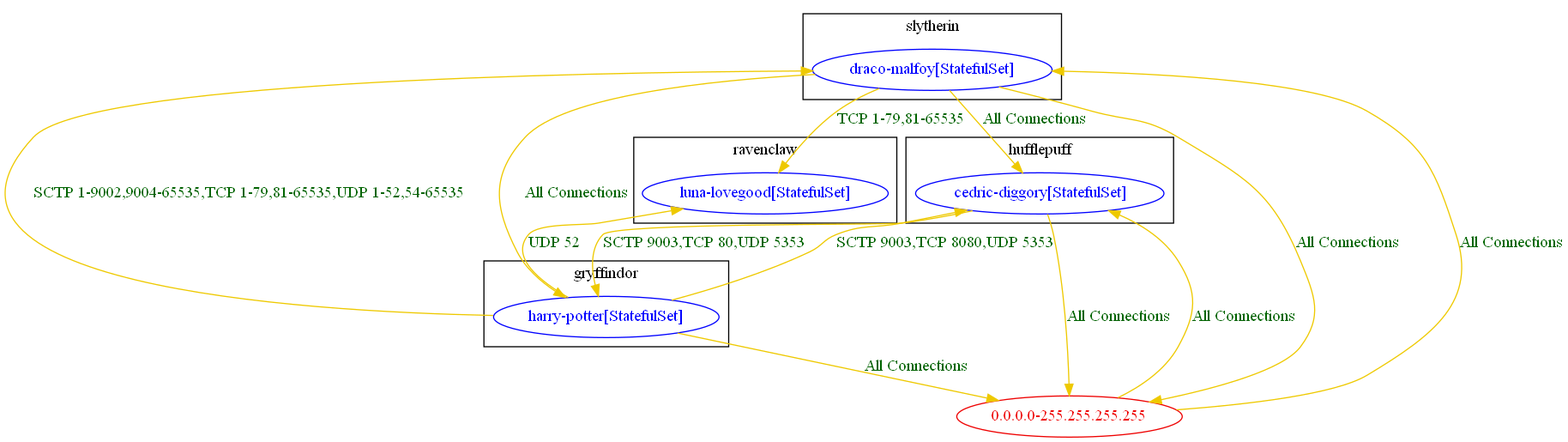
Above: test_outputs/connlist/anp_demo_connlist_output.dot.png in np-guard/netpol-analyzer (Graphviz), before the change. Its source is kept beside it as test_outputs/connlist/anp_demo_connlist_output.dot.
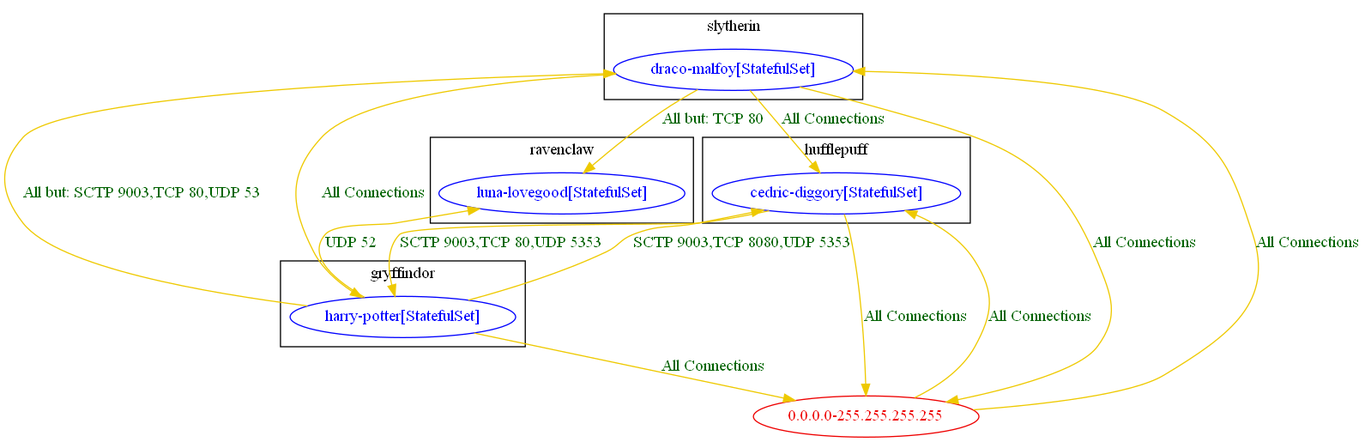
Later version of the same file.

Change to the diagram source:
```diff
@@ -29,11 +29,11 @@
 	"gryffindor/harry-potter[StatefulSet]" -> "0.0.0.0-255.255.255.255" [label="All Connections" color="gold2" fontcolor="darkgreen" weight=1]
 	"gryffindor/harry-potter[StatefulSet]" -> "hufflepuff/cedric-diggory[StatefulSet]" [label="SCTP 9003,TCP 8080,UDP 5353" color="gold2" fontcolor="darkgreen" weight=0.5]
 	"gryffindor/harry-potter[StatefulSet]" -> "ravenclaw/luna-lovegood[StatefulSet]" [label="UDP 52" color="gold2" fontcolor="darkgreen" weight=0.5]
-	"gryffindor/harry-potter[StatefulSet]" -> "slytherin/draco-malfoy[StatefulSet]" [label="SCTP 1-9002,9004-65535,TCP 1-79,81-65535,UDP 1-52,54-65535" color="gold2" fontcolor="darkgreen" weight=0.5]
+	"gryffindor/harry-potter[StatefulSet]" -> "slytherin/draco-malfoy[StatefulSet]" [label="All but: SCTP 9003,TCP 80,UDP 53" color="gold2" fontcolor="darkgreen" weight=0.5]
 	"hufflepuff/cedric-diggory[StatefulSet]" -> "0.0.0.0-255.255.255.255" [label="All Connections" color="gold2" fontcolor="darkgreen" weight=1]
 	"hufflepuff/cedric-diggory[StatefulSet]" -> "gryffindor/harry-potter[StatefulSet]" [label="SCTP 9003,TCP 80,UDP 5353" color="gold2" fontcolor="darkgreen" weight=1]
 	"slytherin/draco-malfoy[StatefulSet]" -> "0.0.0.0-255.255.255.255" [label="All Connections" color="gold2" fontcolor="darkgreen" weight=1]
 	"slytherin/draco-malfoy[StatefulSet]" -> "gryffindor/harry-potter[StatefulSet]" [label="All Connections" color="gold2" fontcolor="darkgreen" weight=1]
 	"slytherin/draco-malfoy[StatefulSet]" -> "hufflepuff/cedric-diggory[StatefulSet]" [label="All Connections" color="gold2" fontcolor="darkgreen" weight=1]
-	"slytherin/draco-malfoy[StatefulSet]" -> "ravenclaw/luna-lovegood[StatefulSet]" [label="TCP 1-79,81-65535" color="gold2" fontcolor="darkgreen" weight=1]
+	"slytherin/draco-malfoy[StatefulSet]" -> "ravenclaw/luna-lovegood[StatefulSet]" [label="All but: TCP 80" color="gold2" fontcolor="darkgreen" weight=1]
 }
```
